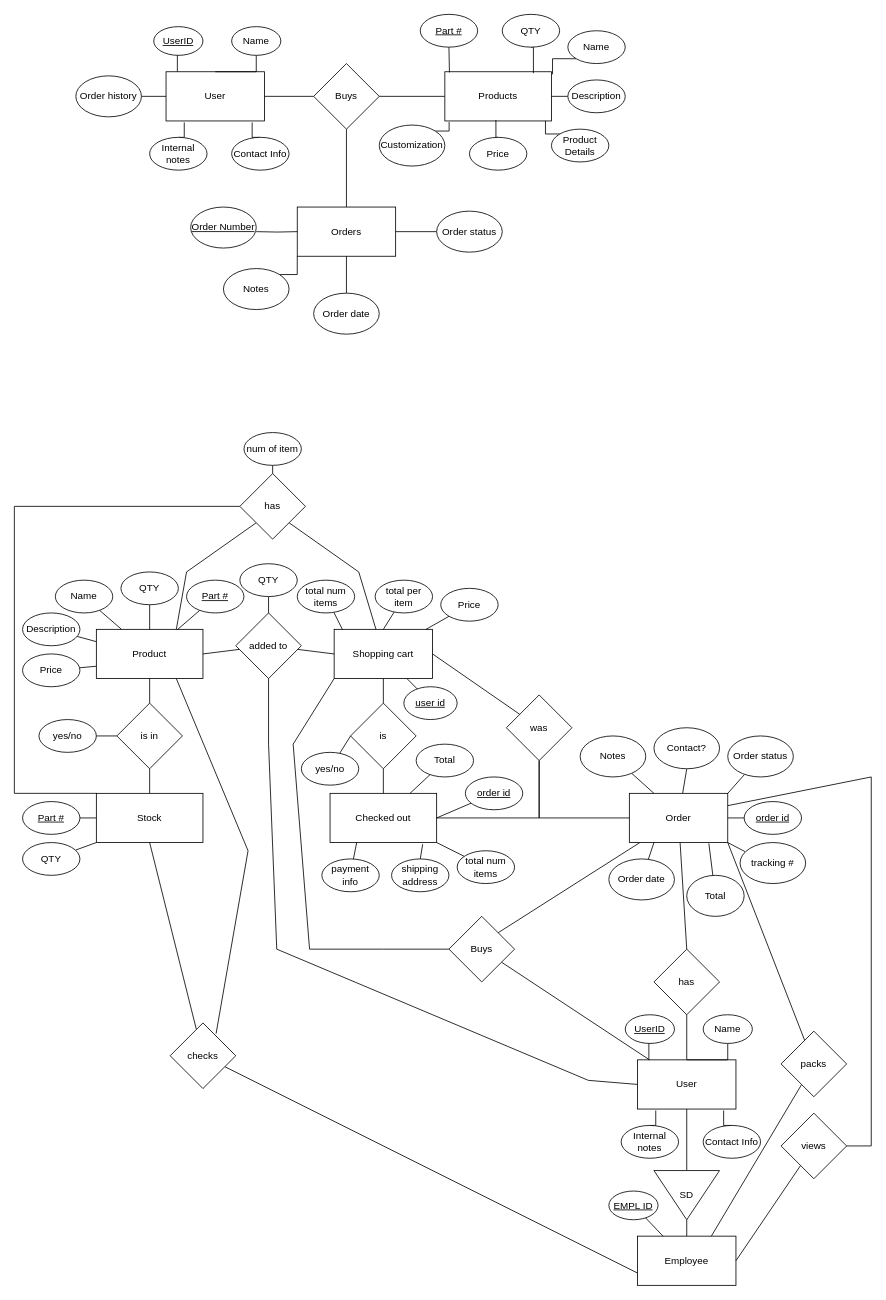
Earlier version of the draw.io diagram ecomm.drawio (466group2/Group02Project). Source tidied: cells renumbered, new cells numbered last; positions are measured from the earlier drawing's top-left corner, leaving out a move shared by most shapes. Both pictures are drawn from the tidied source at 82%, with x=0, y=0 at pixel (14, 14).
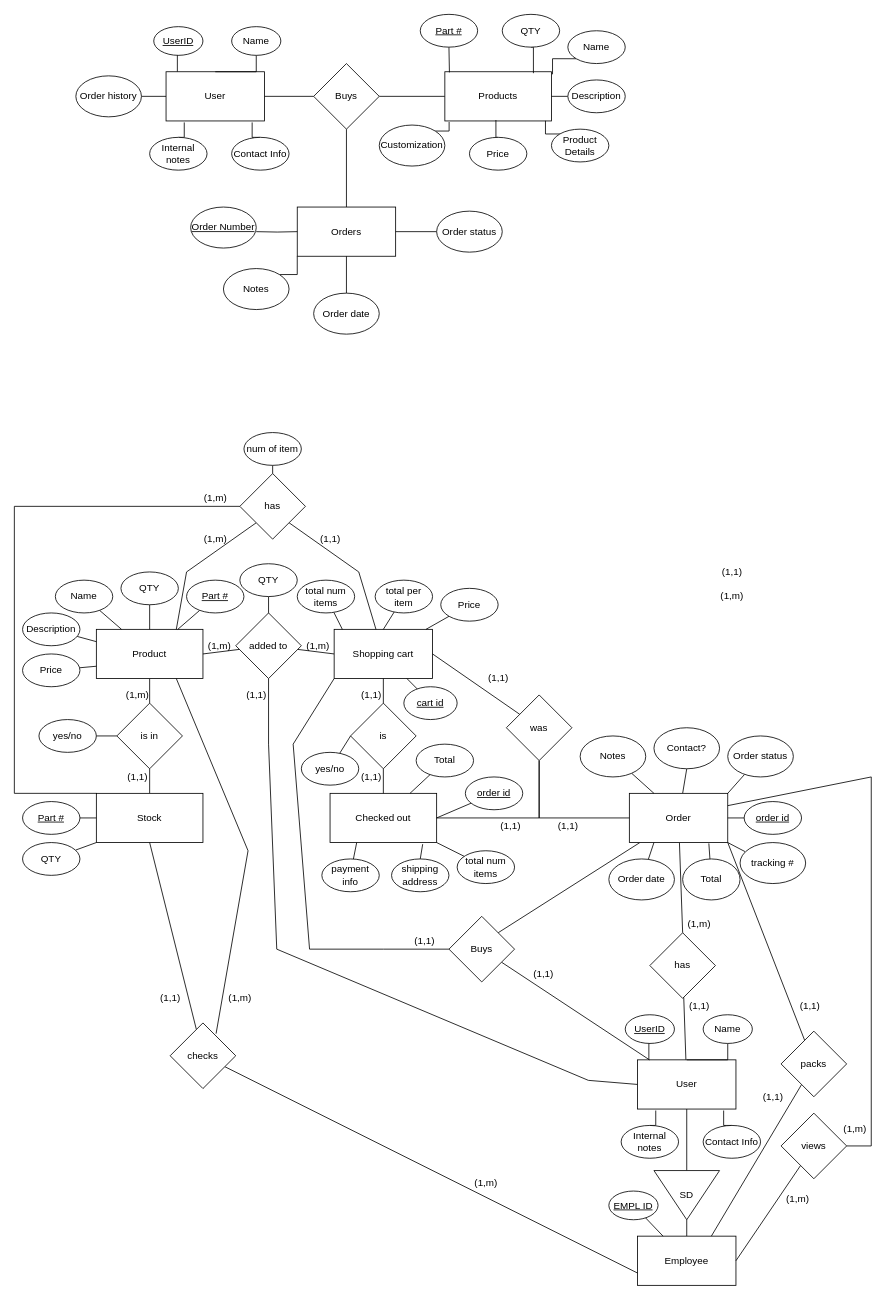
The same page after the edit.

The edit, as a diff of the source:
```diff
@@
     <mxCell id="110" value="Total" style="ellipse;whiteSpace=wrap;html=1;" parent="1" vertex="1">
-      <mxGeometry x="820" y="1050" width="70" height="50" as="geometry" />
+      <mxGeometry x="815" y="1030" width="70" height="50" as="geometry" />
     </mxCell>
@@
     <mxCell id="125" value="has" style="rhombus;whiteSpace=wrap;html=1;" parent="1" vertex="1">
-      <mxGeometry x="780" y="1140" width="80" height="80" as="geometry" />
+      <mxGeometry x="775" y="1120" width="80" height="80" as="geometry" />
     </mxCell>
@@
-    <mxCell id="147" value="&lt;u&gt;user id&lt;/u&gt;" style="ellipse;whiteSpace=wrap;html=1;" parent="1" vertex="1">
+    <mxCell id="147" value="&lt;u&gt;cart id&lt;/u&gt;" style="ellipse;whiteSpace=wrap;html=1;" parent="1" vertex="1">
       <mxGeometry x="475" y="820" width="65" height="40" as="geometry" />
     </mxCell>
@@
+    <mxCell id="150" value="(1,1)" style="text;html=1;align=center;verticalAlign=middle;fillColor=none;strokeColor=none;rounded=0;" parent="1" vertex="1">
+      <mxGeometry x="855" y="670" width="40" height="20" as="geometry" />
+    </mxCell>
+    <mxCell id="151" value="(1,m)" style="text;html=1;align=center;verticalAlign=middle;fillColor=none;strokeColor=none;rounded=0;" parent="1" vertex="1">
+      <mxGeometry x="855" y="700" width="40" height="20" as="geometry" />
+    </mxCell>
+    <mxCell id="152" value="(1,1)" style="text;html=1;align=center;verticalAlign=middle;fillColor=none;strokeColor=none;rounded=0;" parent="1" vertex="1">
+      <mxGeometry x="365" y="630" width="40" height="20" as="geometry" />
+    </mxCell>
+    <mxCell id="153" value="(1,m)" style="text;html=1;align=center;verticalAlign=middle;fillColor=none;strokeColor=none;rounded=0;" parent="1" vertex="1">
+      <mxGeometry x="225" y="630" width="40" height="20" as="geometry" />
+    </mxCell>
+    <mxCell id="154" value="(1,m)" style="text;html=1;align=center;verticalAlign=middle;fillColor=none;strokeColor=none;rounded=0;" parent="1" vertex="1">
+      <mxGeometry x="225" y="580" width="40" height="20" as="geometry" />
+    </mxCell>
+    <mxCell id="155" value="(1,m)" style="text;html=1;align=center;verticalAlign=middle;fillColor=none;strokeColor=none;rounded=0;" parent="1" vertex="1">
+      <mxGeometry x="230" y="760" width="40" height="20" as="geometry" />
+    </mxCell>
+    <mxCell id="156" value="(1,m)" style="text;html=1;align=center;verticalAlign=middle;fillColor=none;strokeColor=none;rounded=0;" parent="1" vertex="1">
+      <mxGeometry x="350" y="760" width="40" height="20" as="geometry" />
+    </mxCell>
+    <mxCell id="157" value="(1,1)" style="text;html=1;align=center;verticalAlign=middle;fillColor=none;strokeColor=none;rounded=0;" parent="1" vertex="1">
+      <mxGeometry x="275" y="820" width="40" height="20" as="geometry" />
+    </mxCell>
+    <mxCell id="158" value="(1,1)" style="text;html=1;align=center;verticalAlign=middle;fillColor=none;strokeColor=none;rounded=0;" parent="1" vertex="1">
+      <mxGeometry x="415" y="820" width="40" height="20" as="geometry" />
+    </mxCell>
+    <mxCell id="159" value="(1,1)" style="text;html=1;align=center;verticalAlign=middle;fillColor=none;strokeColor=none;rounded=0;" parent="1" vertex="1">
+      <mxGeometry x="415" y="920" width="40" height="20" as="geometry" />
+    </mxCell>
+    <mxCell id="160" value="(1,1)" style="text;html=1;align=center;verticalAlign=middle;fillColor=none;strokeColor=none;rounded=0;" parent="1" vertex="1">
+      <mxGeometry x="130" y="920" width="40" height="20" as="geometry" />
+    </mxCell>
+    <mxCell id="161" value="(1,m)" style="text;html=1;align=center;verticalAlign=middle;fillColor=none;strokeColor=none;rounded=0;" parent="1" vertex="1">
+      <mxGeometry x="130" y="820" width="40" height="20" as="geometry" />
+    </mxCell>
+    <mxCell id="162" value="(1,m)" style="text;html=1;align=center;verticalAlign=middle;fillColor=none;strokeColor=none;rounded=0;" parent="1" vertex="1">
+      <mxGeometry x="555" y="1415" width="40" height="20" as="geometry" />
+    </mxCell>
+    <mxCell id="163" value="(1,1)" style="text;html=1;align=center;verticalAlign=middle;fillColor=none;strokeColor=none;rounded=0;" parent="1" vertex="1">
+      <mxGeometry x="170" y="1190" width="40" height="20" as="geometry" />
+    </mxCell>
+    <mxCell id="164" value="(1,m)" style="text;html=1;align=center;verticalAlign=middle;fillColor=none;strokeColor=none;rounded=0;" parent="1" vertex="1">
+      <mxGeometry x="255" y="1190" width="40" height="20" as="geometry" />
+    </mxCell>
+    <mxCell id="165" value="(1,1)" style="text;html=1;align=center;verticalAlign=middle;fillColor=none;strokeColor=none;rounded=0;" parent="1" vertex="1">
+      <mxGeometry x="625" y="1160" width="40" height="20" as="geometry" />
+    </mxCell>
+    <mxCell id="166" value="(1,1)" style="text;html=1;align=center;verticalAlign=middle;fillColor=none;strokeColor=none;rounded=0;" parent="1" vertex="1">
+      <mxGeometry x="480" y="1120" width="40" height="20" as="geometry" />
+    </mxCell>
+    <mxCell id="167" value="(1,m)" style="text;html=1;align=center;verticalAlign=middle;fillColor=none;strokeColor=none;rounded=0;" parent="1" vertex="1">
+      <mxGeometry x="815" y="1100" width="40" height="20" as="geometry" />
+    </mxCell>
+    <mxCell id="168" value="(1,1)" style="text;html=1;align=center;verticalAlign=middle;fillColor=none;strokeColor=none;rounded=0;" parent="1" vertex="1">
+      <mxGeometry x="815" y="1200" width="40" height="20" as="geometry" />
+    </mxCell>
+    <mxCell id="169" value="(1,1)" style="text;html=1;align=center;verticalAlign=middle;fillColor=none;strokeColor=none;rounded=0;" parent="1" vertex="1">
+      <mxGeometry x="905" y="1310" width="40" height="20" as="geometry" />
+    </mxCell>
+    <mxCell id="170" value="(1,1)" style="text;html=1;align=center;verticalAlign=middle;fillColor=none;strokeColor=none;rounded=0;" parent="1" vertex="1">
+      <mxGeometry x="950" y="1200" width="40" height="20" as="geometry" />
+    </mxCell>
+    <mxCell id="171" value="(1,m)" style="text;html=1;align=center;verticalAlign=middle;fillColor=none;strokeColor=none;rounded=0;" parent="1" vertex="1">
+      <mxGeometry x="935" y="1435" width="40" height="20" as="geometry" />
+    </mxCell>
+    <mxCell id="172" value="(1,m)" style="text;html=1;align=center;verticalAlign=middle;fillColor=none;strokeColor=none;rounded=0;" parent="1" vertex="1">
+      <mxGeometry x="1005" y="1350" width="40" height="20" as="geometry" />
+    </mxCell>
+    <mxCell id="173" value="(1,1)" style="text;html=1;align=center;verticalAlign=middle;fillColor=none;strokeColor=none;rounded=0;" parent="1" vertex="1">
+      <mxGeometry x="570" y="800" width="40" height="20" as="geometry" />
+    </mxCell>
+    <mxCell id="174" value="(1,1)" style="text;html=1;align=center;verticalAlign=middle;fillColor=none;strokeColor=none;rounded=0;" parent="1" vertex="1">
+      <mxGeometry x="655" y="980" width="40" height="20" as="geometry" />
+    </mxCell>
+    <mxCell id="175" value="(1,1)" style="text;html=1;align=center;verticalAlign=middle;fillColor=none;strokeColor=none;rounded=0;" parent="1" vertex="1">
+      <mxGeometry x="585" y="980" width="40" height="20" as="geometry" />
+    </mxCell>
```
